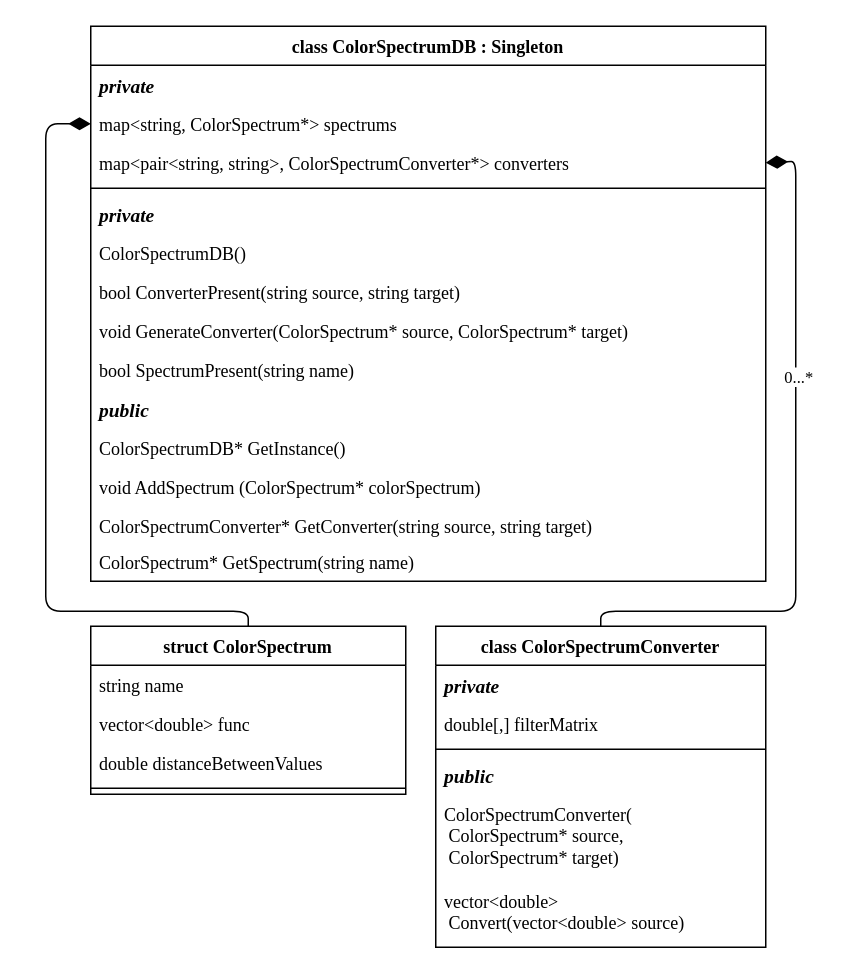
Before: page "ColorSpectrum" (4 of 9) of Docs/Class diagrams.drawio in SpatiumOwl/ComplexSky-2.0, a draw.io diagram. Source tidied: cells renumbered, new cells numbered last; positions are measured from the earlier drawing's top-left corner, leaving out a move shared by most shapes. Both pictures are drawn from the tidied source at 150%, with x=0, y=0 at pixel (45, 26).
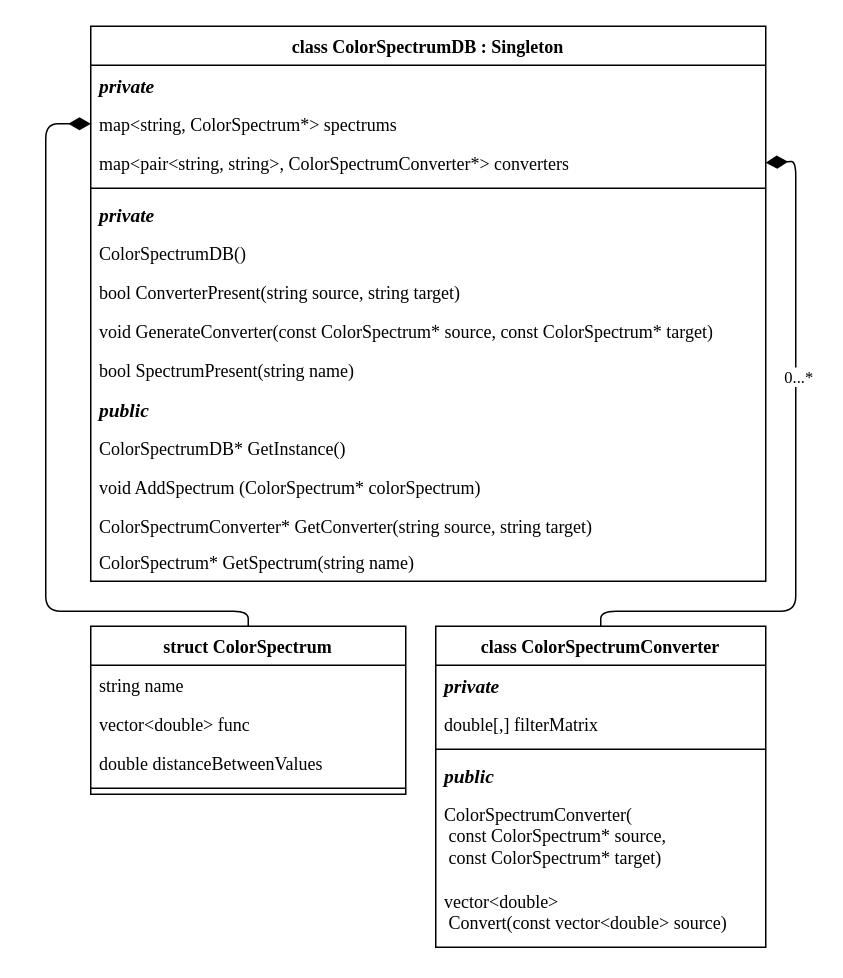
The same page after the edit.

Commit message (it also covers changes not shown here):
Implemented Convert function for ColorSpectrumConverter

The change refers to these unchanged cells:
```xml
<mxCell id="7" value="class ColorSpectrumConverter" style="swimlane;fontStyle=1;align=center;verticalAlign=top;horizontal=1;startSize=26;whiteSpace=wrap;html=1;fontFamily=Times New Roman;" parent="1" vertex="1">
  <mxGeometry x="260" y="400" width="220" height="214" as="geometry" />
</mxCell>
<mxCell id="14" value="class ColorSpectrumDB : Singleton" style="swimlane;fontStyle=1;align=center;verticalAlign=top;horizontal=1;startSize=26;whiteSpace=wrap;html=1;fontFamily=Times New Roman;" parent="1" vertex="1">
  <mxGeometry x="30" width="450" height="370" as="geometry" />
</mxCell>
```

Diff of the diagram source:
```diff
@@
-    <mxCell id="12" value="ColorSpectrumConverter(&lt;br&gt;&lt;span style=&quot;white-space: pre;&quot;&gt; &lt;/span&gt;ColorSpectrum* source,&lt;br&gt;&lt;span style=&quot;white-space: pre;&quot;&gt; &lt;/span&gt;ColorSpectrum* target)" style="text;strokeColor=none;fillColor=none;align=left;verticalAlign=top;spacingLeft=4;spacingRight=4;overflow=hidden;whiteSpace=wrap;html=1;fontFamily=Times New Roman;" parent="7" vertex="1">
+    <mxCell id="12" value="ColorSpectrumConverter(&lt;br&gt;&lt;span style=&quot;white-space: pre;&quot;&gt; const &lt;/span&gt;ColorSpectrum* source,&lt;br&gt;&lt;span style=&quot;white-space: pre;&quot;&gt; const &lt;/span&gt;ColorSpectrum* target)" style="text;strokeColor=none;fillColor=none;align=left;verticalAlign=top;spacingLeft=4;spacingRight=4;overflow=hidden;whiteSpace=wrap;html=1;fontFamily=Times New Roman;" parent="7" vertex="1">
       <mxGeometry y="112" width="220" height="58" as="geometry" />
     </mxCell>
-    <mxCell id="13" value="vector&amp;lt;double&amp;gt; &lt;br&gt;&lt;span style=&quot;white-space: pre;&quot;&gt; &lt;/span&gt;Convert(vector&amp;lt;double&amp;gt; source)" style="text;strokeColor=none;fillColor=none;align=left;verticalAlign=top;spacingLeft=4;spacingRight=4;overflow=hidden;whiteSpace=wrap;html=1;fontFamily=Times New Roman;" parent="7" vertex="1">
+    <mxCell id="13" value="vector&amp;lt;double&amp;gt; &lt;br&gt;&lt;span style=&quot;white-space: pre;&quot;&gt; &lt;/span&gt;Convert(const vector&amp;lt;double&amp;gt; source)" style="text;strokeColor=none;fillColor=none;align=left;verticalAlign=top;spacingLeft=4;spacingRight=4;overflow=hidden;whiteSpace=wrap;html=1;fontFamily=Times New Roman;" parent="7" vertex="1">
       <mxGeometry y="170" width="220" height="44" as="geometry" />
     </mxCell>
@@
-    <mxCell id="22" value="void GenerateConverter(ColorSpectrum* source, ColorSpectrum* target)" style="text;strokeColor=none;fillColor=none;align=left;verticalAlign=top;spacingLeft=4;spacingRight=4;overflow=hidden;whiteSpace=wrap;html=1;fontFamily=Times New Roman;" parent="14" vertex="1">
+    <mxCell id="22" value="void GenerateConverter(const ColorSpectrum* source, const ColorSpectrum* target)" style="text;strokeColor=none;fillColor=none;align=left;verticalAlign=top;spacingLeft=4;spacingRight=4;overflow=hidden;whiteSpace=wrap;html=1;fontFamily=Times New Roman;" parent="14" vertex="1">
       <mxGeometry y="190" width="450" height="26" as="geometry" />
     </mxCell>
```
